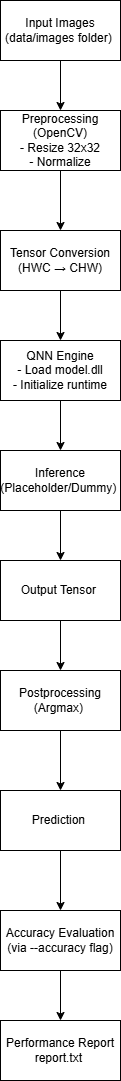
This is docs/Architecture.png from sasindharan/cpp_inference_qnn_sdk, a draw.io export, as it was before one commit. Source tidied: cells renumbered, new cells last; positions are measured from the earlier drawing's top-left corner, leaving out a move shared by most shapes. Its diagram source:
```xml
<mxGraphModel>
  <root>
    <mxCell id="0" />
    <mxCell id="1" parent="0" />
    <mxCell id="2" style="edgeStyle=orthogonalEdgeStyle;rounded=0;jettySize=auto;html=1;" parent="1" edge="1" source="3" target="5">
      <mxGeometry relative="1" as="geometry" />
    </mxCell>
    <mxCell id="3" value="Input Images&lt;br&gt;(data/images folder)&amp;nbsp;" style="rounded=0;whiteSpace=wrap;html=1;" parent="1" vertex="1">
      <mxGeometry width="120" height="60" as="geometry" />
    </mxCell>
    <mxCell id="4" style="edgeStyle=orthogonalEdgeStyle;rounded=0;jettySize=auto;html=1;" parent="1" edge="1" source="5" target="7">
      <mxGeometry relative="1" as="geometry" />
    </mxCell>
    <mxCell id="5" value="Preprocessing&lt;br&gt;(OpenCV)&lt;br&gt;- Resize 32x32&lt;br&gt;- Normalize" style="rounded=0;whiteSpace=wrap;html=1;" parent="1" vertex="1">
      <mxGeometry y="110" width="120" height="60" as="geometry" />
    </mxCell>
    <mxCell id="6" style="edgeStyle=orthogonalEdgeStyle;rounded=0;jettySize=auto;html=1;" parent="1" edge="1" source="7" target="9">
      <mxGeometry relative="1" as="geometry" />
    </mxCell>
    <mxCell id="7" value="Tensor Conversion&lt;br&gt;(HWC → CHW)" style="rounded=0;whiteSpace=wrap;html=1;" parent="1" vertex="1">
      <mxGeometry y="230" width="120" height="60" as="geometry" />
    </mxCell>
    <mxCell id="8" style="edgeStyle=orthogonalEdgeStyle;rounded=0;jettySize=auto;html=1;" parent="1" edge="1" source="9" target="13">
      <mxGeometry relative="1" as="geometry" />
    </mxCell>
    <mxCell id="9" value="QNN Engine&lt;br&gt;- Load model.dll&lt;br&gt;- Initialize runtime" style="rounded=0;whiteSpace=wrap;html=1;" parent="1" vertex="1">
      <mxGeometry y="340" width="120" height="60" as="geometry" />
    </mxCell>
    <mxCell id="10" style="edgeStyle=orthogonalEdgeStyle;rounded=0;jettySize=auto;html=1;" parent="1" edge="1" source="11" target="15">
      <mxGeometry relative="1" as="geometry" />
    </mxCell>
    <mxCell id="11" value="Output Tensor&amp;nbsp;" style="rounded=0;whiteSpace=wrap;html=1;" parent="1" vertex="1">
      <mxGeometry y="560" width="120" height="60" as="geometry" />
    </mxCell>
    <mxCell id="12" style="edgeStyle=orthogonalEdgeStyle;rounded=0;jettySize=auto;html=1;" parent="1" edge="1" source="13" target="11">
      <mxGeometry relative="1" as="geometry" />
    </mxCell>
    <mxCell id="13" value="Inference&lt;br&gt;(Placeholder/Dummy)&amp;nbsp;" style="rounded=0;whiteSpace=wrap;html=1;" parent="1" vertex="1">
      <mxGeometry y="450" width="120" height="60" as="geometry" />
    </mxCell>
    <mxCell id="14" style="edgeStyle=orthogonalEdgeStyle;rounded=0;jettySize=auto;html=1;" parent="1" edge="1" source="15" target="17">
      <mxGeometry relative="1" as="geometry" />
    </mxCell>
    <mxCell id="15" value="Postprocessing&lt;br&gt;(Argmax)&amp;nbsp;" style="rounded=0;whiteSpace=wrap;html=1;" parent="1" vertex="1">
      <mxGeometry y="670" width="120" height="60" as="geometry" />
    </mxCell>
    <mxCell id="16" style="edgeStyle=orthogonalEdgeStyle;rounded=0;jettySize=auto;html=1;" parent="1" edge="1" source="17" target="19">
      <mxGeometry relative="1" as="geometry" />
    </mxCell>
    <mxCell id="17" value="Prediction&amp;nbsp;" style="rounded=0;whiteSpace=wrap;html=1;" parent="1" vertex="1">
      <mxGeometry y="790" width="120" height="60" as="geometry" />
    </mxCell>
    <mxCell id="18" style="edgeStyle=orthogonalEdgeStyle;rounded=0;jettySize=auto;html=1;" parent="1" edge="1" source="19" target="20">
      <mxGeometry relative="1" as="geometry" />
    </mxCell>
    <mxCell id="19" value="Accuracy Evaluation&lt;br&gt;(via --accuracy flag)" style="rounded=0;whiteSpace=wrap;html=1;" parent="1" vertex="1">
      <mxGeometry y="910" width="120" height="60" as="geometry" />
    </mxCell>
    <mxCell id="20" value="Performance Report&lt;br&gt;report.txt&amp;nbsp;" style="rounded=0;whiteSpace=wrap;html=1;" parent="1" vertex="1">
      <mxGeometry y="1020" width="120" height="60" as="geometry" />
    </mxCell>
  </root>
</mxGraphModel>
```
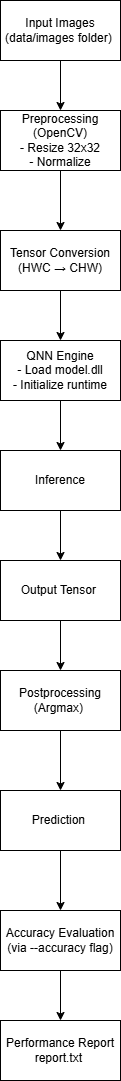
The same file after the commit.

What changed in the source:
```diff
@@ -35,7 +35,7 @@
     <mxCell id="12" style="edgeStyle=orthogonalEdgeStyle;rounded=0;jettySize=auto;html=1;" parent="1" edge="1" source="13" target="11">
       <mxGeometry relative="1" as="geometry" />
     </mxCell>
-    <mxCell id="13" value="Inference&lt;br&gt;(Placeholder/Dummy)&amp;nbsp;" style="rounded=0;whiteSpace=wrap;html=1;" parent="1" vertex="1">
+    <mxCell id="13" value="Inference" style="rounded=0;whiteSpace=wrap;html=1;" parent="1" vertex="1">
       <mxGeometry y="450" width="120" height="60" as="geometry" />
     </mxCell>
     <mxCell id="14" style="edgeStyle=orthogonalEdgeStyle;rounded=0;jettySize=auto;html=1;" parent="1" edge="1" source="15" target="17">
```
